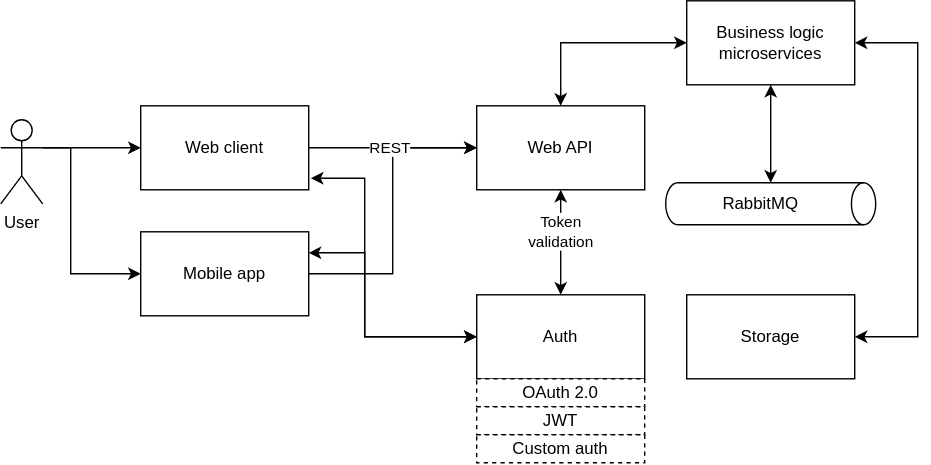
gurug-prog/survey-expert keeps this draw.io diagram as docs/design/diagrams/big-picture.svg. Above is the earlier version. Source tidied: cells renumbered, new cells last; positions are measured from the earlier drawing's top-left corner, leaving out a move shared by most shapes.
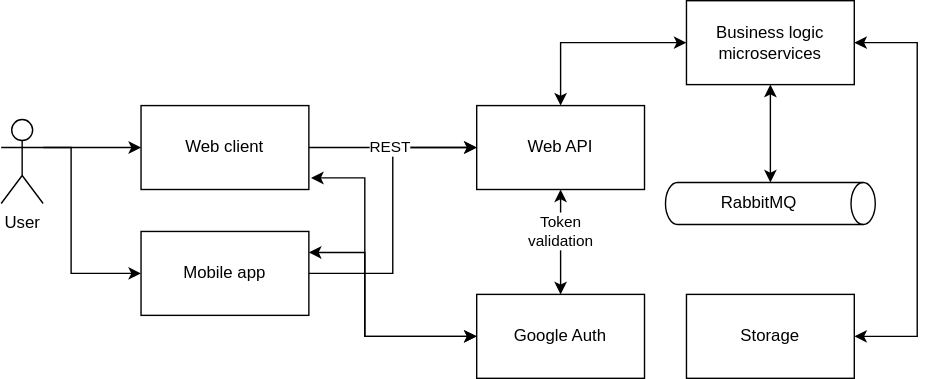
Above is the later version.

The edit, as a diff of the source:
```diff
@@ -66,24 +66,6 @@
         </Array>
       </mxGeometry>
     </mxCell>
-    <mxCell id="16" style="group;" parent="1" vertex="1">
-      <mxGeometry x="340" y="210" width="120" height="120" as="geometry" />
-    </mxCell>
-    <mxCell id="17" value="Auth" style="rounded=0;whiteSpace=wrap;html=1;" parent="16" vertex="1">
-      <mxGeometry width="120" height="60" as="geometry" />
-    </mxCell>
-    <mxCell id="18" style="group;" parent="16" vertex="1">
-      <mxGeometry y="60" width="120" height="60" as="geometry" />
-    </mxCell>
-    <mxCell id="19" value="OAuth 2.0" style="rounded=0;whiteSpace=wrap;html=1;dashed=1;" parent="18" vertex="1">
-      <mxGeometry width="120" height="20" as="geometry" />
-    </mxCell>
-    <mxCell id="20" value="JWT" style="rounded=0;whiteSpace=wrap;html=1;dashed=1;" parent="18" vertex="1">
-      <mxGeometry y="20" width="120" height="20" as="geometry" />
-    </mxCell>
-    <mxCell id="21" value="Custom auth" style="rounded=0;whiteSpace=wrap;html=1;dashed=1;" parent="18" vertex="1">
-      <mxGeometry y="40" width="120" height="20" as="geometry" />
-    </mxCell>
     <mxCell id="22" style="edgeStyle=orthogonalEdgeStyle;rounded=0;jumpSize=19;jettySize=auto;html=1;exitX=0.5;exitY=0;exitDx=0;exitDy=0;strokeWidth=1;startArrow=classic;startFill=1;endArrow=classic;endFill=1;entryX=0.5;entryY=1;entryDx=0;entryDy=0;" parent="1" edge="1" source="17" target="12">
       <mxGeometry relative="1" as="geometry" />
     </mxCell>
@@ -99,5 +81,8 @@
     <mxCell id="26" value="RabbitMQ" style="shape=cylinder3;whiteSpace=wrap;html=1;boundedLbl=1;backgroundOutline=1;size=8.666666666666686;strokeColor=#000000;direction=south;" parent="1" vertex="1">
       <mxGeometry x="475" y="130" width="150" height="30" as="geometry" />
     </mxCell>
+    <mxCell id="17" value="Google Auth" style="rounded=0;whiteSpace=wrap;html=1;" parent="1" vertex="1">
+      <mxGeometry x="340" y="210" width="120" height="60" as="geometry" />
+    </mxCell>
   </root>
 </mxGraphModel>
```
